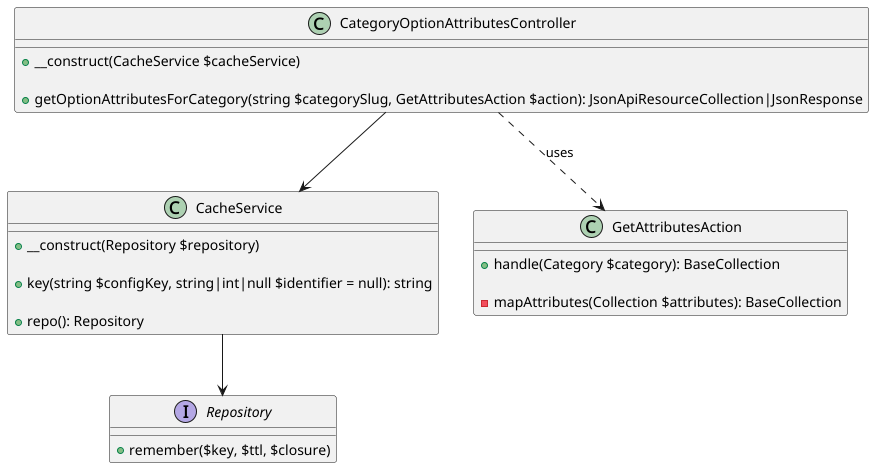
Earlier version of the PlantUML export docs/uml/modules/category/option_attributes_feature/option_attributes.png (BackLoveEnd/Expelliarmus-Market).
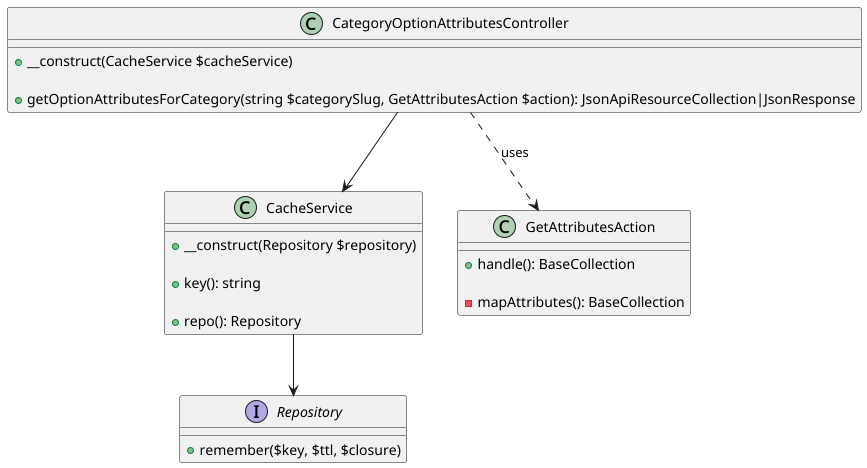
The same file after the commit.

The edit, as a diff of the source:
```diff
@@ -9,15 +9,15 @@
 class CacheService {
     + __construct(Repository $repository)
 
-    + key(string $configKey, string|int|null $identifier = null): string
+    + key(): string
 
     + repo(): Repository
 }
 
 class GetAttributesAction {
-    + handle(Category $category): BaseCollection
+    + handle(): BaseCollection
 
-    - mapAttributes(Collection $attributes): BaseCollection
+    - mapAttributes(): BaseCollection
 }
 
 interface Repository {
```
